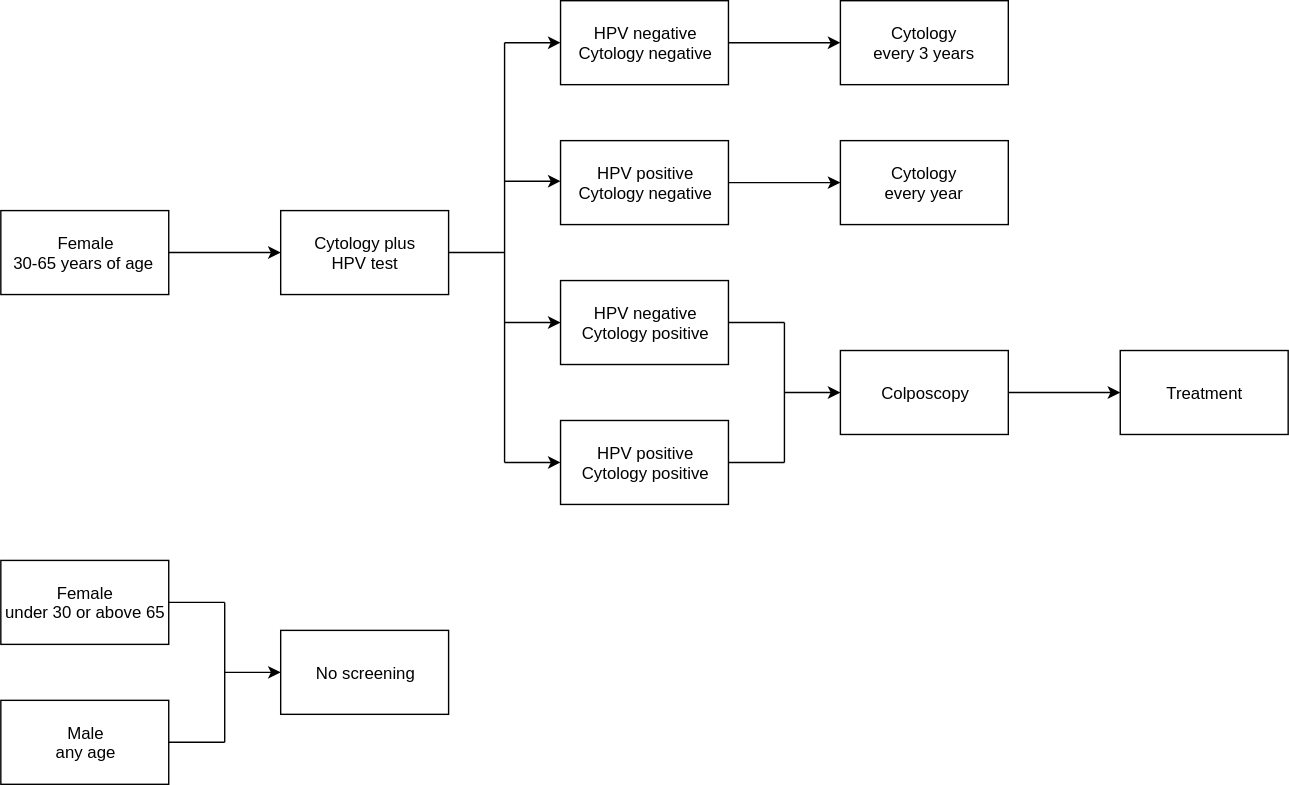
Above: docs/source/concept_models/vivarium_swissre_cervicalcancer/cervical_screening_branches.svg in ihmeuw/vivarium_research (draw.io), before the change. Source tidied: cells renumbered, new cells last; positions are measured from the earlier drawing's top-left corner, leaving out a move shared by most shapes. Its diagram source:
```xml
<mxGraphModel>
  <root>
    <mxCell id="0" />
    <mxCell id="1" parent="0" />
    <mxCell id="2" style="rounded=0;whiteSpace=wrap;html=1;" parent="1" vertex="1">
      <mxGeometry x="200" y="150" width="120" height="60" as="geometry" />
    </mxCell>
    <mxCell id="3" value="Cytology plus&lt;br&gt;HPV test" style="text;html=1;strokeColor=none;fillColor=none;align=center;verticalAlign=middle;whiteSpace=wrap;rounded=0;" parent="1" vertex="1">
      <mxGeometry x="205" y="170" width="110" height="20" as="geometry" />
    </mxCell>
    <mxCell id="4" style="edgeStyle=orthogonalEdgeStyle;rounded=0;jettySize=auto;html=1;exitX=1;exitY=0.5;exitDx=0;exitDy=0;entryX=0;entryY=0.5;entryDx=0;entryDy=0;" parent="1" edge="1" source="5" target="20">
      <mxGeometry relative="1" as="geometry" />
    </mxCell>
    <mxCell id="5" style="rounded=0;whiteSpace=wrap;html=1;" parent="1" vertex="1">
      <mxGeometry x="400" width="120" height="60" as="geometry" />
    </mxCell>
    <mxCell id="6" style="edgeStyle=orthogonalEdgeStyle;rounded=0;jettySize=auto;html=1;exitX=1;exitY=0.5;exitDx=0;exitDy=0;entryX=0;entryY=0.5;entryDx=0;entryDy=0;" parent="1" edge="1" source="7" target="22">
      <mxGeometry relative="1" as="geometry" />
    </mxCell>
    <mxCell id="7" style="rounded=0;whiteSpace=wrap;html=1;" parent="1" vertex="1">
      <mxGeometry x="400" y="100" width="120" height="60" as="geometry" />
    </mxCell>
    <mxCell id="8" style="rounded=0;whiteSpace=wrap;html=1;" parent="1" vertex="1">
      <mxGeometry x="400" y="200" width="120" height="60" as="geometry" />
    </mxCell>
    <mxCell id="9" style="rounded=0;whiteSpace=wrap;html=1;" parent="1" vertex="1">
      <mxGeometry x="400" y="300" width="120" height="60" as="geometry" />
    </mxCell>
    <mxCell id="10" value="HPV negative&lt;br&gt;Cytology negative" style="text;html=1;strokeColor=none;fillColor=none;align=center;verticalAlign=middle;whiteSpace=wrap;rounded=0;" parent="1" vertex="1">
      <mxGeometry x="410" y="20" width="100" height="20" as="geometry" />
    </mxCell>
    <mxCell id="11" value="HPV positive&lt;br&gt;Cytology negative" style="text;html=1;strokeColor=none;fillColor=none;align=center;verticalAlign=middle;whiteSpace=wrap;rounded=0;" parent="1" vertex="1">
      <mxGeometry x="410" y="120" width="100" height="20" as="geometry" />
    </mxCell>
    <mxCell id="12" value="HPV negative&lt;br&gt;Cytology positive" style="text;html=1;strokeColor=none;fillColor=none;align=center;verticalAlign=middle;whiteSpace=wrap;rounded=0;" parent="1" vertex="1">
      <mxGeometry x="407.5" y="220" width="105" height="20" as="geometry" />
    </mxCell>
    <mxCell id="13" value="HPV positive&lt;br&gt;Cytology positive" style="text;html=1;strokeColor=none;fillColor=none;align=center;verticalAlign=middle;whiteSpace=wrap;rounded=0;" parent="1" vertex="1">
      <mxGeometry x="405" y="320" width="110" height="20" as="geometry" />
    </mxCell>
    <mxCell id="14" style="endArrow=none;html=1;exitX=1;exitY=0.5;exitDx=0;exitDy=0;" parent="1" edge="1" source="2">
      <mxGeometry relative="1" as="geometry">
        <mxPoint x="360" y="180" as="targetPoint" />
      </mxGeometry>
    </mxCell>
    <mxCell id="15" style="endArrow=none;html=1;" parent="1" edge="1">
      <mxGeometry relative="1" as="geometry">
        <mxPoint x="360" y="330" as="sourcePoint" />
        <mxPoint x="360" y="30" as="targetPoint" />
      </mxGeometry>
    </mxCell>
    <mxCell id="16" style="endArrow=classic;html=1;entryX=0;entryY=0.5;entryDx=0;entryDy=0;" parent="1" edge="1" target="5">
      <mxGeometry relative="1" as="geometry">
        <mxPoint x="360" y="30" as="sourcePoint" />
      </mxGeometry>
    </mxCell>
    <mxCell id="17" style="endArrow=classic;html=1;entryX=0;entryY=0.5;entryDx=0;entryDy=0;" parent="1" edge="1">
      <mxGeometry relative="1" as="geometry">
        <mxPoint x="360" y="129" as="sourcePoint" />
        <mxPoint x="400" y="129" as="targetPoint" />
      </mxGeometry>
    </mxCell>
    <mxCell id="18" style="endArrow=classic;html=1;entryX=0;entryY=0.5;entryDx=0;entryDy=0;" parent="1" edge="1">
      <mxGeometry relative="1" as="geometry">
        <mxPoint x="360" y="230" as="sourcePoint" />
        <mxPoint x="400" y="230" as="targetPoint" />
      </mxGeometry>
    </mxCell>
    <mxCell id="19" style="endArrow=classic;html=1;entryX=0;entryY=0.5;entryDx=0;entryDy=0;" parent="1" edge="1">
      <mxGeometry relative="1" as="geometry">
        <mxPoint x="360" y="330" as="sourcePoint" />
        <mxPoint x="400" y="330" as="targetPoint" />
      </mxGeometry>
    </mxCell>
    <mxCell id="20" style="rounded=0;whiteSpace=wrap;html=1;" parent="1" vertex="1">
      <mxGeometry x="600" width="120" height="60" as="geometry" />
    </mxCell>
    <mxCell id="21" value="Cytology every 3 years" style="text;html=1;strokeColor=none;fillColor=none;align=center;verticalAlign=middle;whiteSpace=wrap;rounded=0;" parent="1" vertex="1">
      <mxGeometry x="620" y="20" width="80" height="20" as="geometry" />
    </mxCell>
    <mxCell id="22" style="rounded=0;whiteSpace=wrap;html=1;" parent="1" vertex="1">
      <mxGeometry x="600" y="100" width="120" height="60" as="geometry" />
    </mxCell>
    <mxCell id="23" style="edgeStyle=orthogonalEdgeStyle;rounded=0;jettySize=auto;html=1;exitX=1;exitY=0.5;exitDx=0;exitDy=0;entryX=0;entryY=0.5;entryDx=0;entryDy=0;" parent="1" edge="1" source="24" target="27">
      <mxGeometry relative="1" as="geometry" />
    </mxCell>
    <mxCell id="24" style="rounded=0;whiteSpace=wrap;html=1;" parent="1" vertex="1">
      <mxGeometry x="600" y="250" width="120" height="60" as="geometry" />
    </mxCell>
    <mxCell id="25" value="Colposcopy" style="text;html=1;strokeColor=none;fillColor=none;align=center;verticalAlign=middle;whiteSpace=wrap;rounded=0;" parent="1" vertex="1">
      <mxGeometry x="620" y="270" width="80" height="20" as="geometry" />
    </mxCell>
    <mxCell id="26" value="Cytology every year" style="text;html=1;strokeColor=none;fillColor=none;align=center;verticalAlign=middle;whiteSpace=wrap;rounded=0;" parent="1" vertex="1">
      <mxGeometry x="620" y="120" width="80" height="20" as="geometry" />
    </mxCell>
    <mxCell id="27" style="rounded=0;whiteSpace=wrap;html=1;" parent="1" vertex="1">
      <mxGeometry x="800" y="250" width="120" height="60" as="geometry" />
    </mxCell>
    <mxCell id="28" value="Treatment" style="text;html=1;strokeColor=none;fillColor=none;align=center;verticalAlign=middle;whiteSpace=wrap;rounded=0;" parent="1" vertex="1">
      <mxGeometry x="820" y="270" width="80" height="20" as="geometry" />
    </mxCell>
    <mxCell id="29" style="endArrow=none;html=1;" parent="1" edge="1">
      <mxGeometry relative="1" as="geometry">
        <mxPoint x="560" y="330" as="sourcePoint" />
        <mxPoint x="560" y="230" as="targetPoint" />
      </mxGeometry>
    </mxCell>
    <mxCell id="30" style="endArrow=classic;html=1;entryX=0;entryY=0.5;entryDx=0;entryDy=0;" parent="1" edge="1" target="24">
      <mxGeometry relative="1" as="geometry">
        <mxPoint x="560" y="280" as="sourcePoint" />
      </mxGeometry>
    </mxCell>
    <mxCell id="31" style="endArrow=none;html=1;exitX=1;exitY=0.5;exitDx=0;exitDy=0;" parent="1" edge="1" source="8">
      <mxGeometry relative="1" as="geometry">
        <mxPoint x="560" y="230" as="targetPoint" />
      </mxGeometry>
    </mxCell>
    <mxCell id="32" style="endArrow=none;html=1;exitX=1;exitY=0.5;exitDx=0;exitDy=0;" parent="1" edge="1" source="9">
      <mxGeometry relative="1" as="geometry">
        <mxPoint x="560" y="330" as="targetPoint" />
      </mxGeometry>
    </mxCell>
    <mxCell id="33" style="edgeStyle=orthogonalEdgeStyle;rounded=0;jettySize=auto;html=1;exitX=1;exitY=0.5;exitDx=0;exitDy=0;entryX=0;entryY=0.5;entryDx=0;entryDy=0;" parent="1" edge="1" source="34" target="2">
      <mxGeometry relative="1" as="geometry" />
    </mxCell>
    <mxCell id="34" style="rounded=0;whiteSpace=wrap;html=1;" parent="1" vertex="1">
      <mxGeometry y="150" width="120" height="60" as="geometry" />
    </mxCell>
    <mxCell id="35" value="Female&lt;br&gt;30-65 years of age&amp;nbsp;" style="text;html=1;strokeColor=none;fillColor=none;align=center;verticalAlign=middle;whiteSpace=wrap;rounded=0;" parent="1" vertex="1">
      <mxGeometry x="5" y="170" width="110" height="20" as="geometry" />
    </mxCell>
    <mxCell id="36" style="rounded=0;whiteSpace=wrap;html=1;" parent="1" vertex="1">
      <mxGeometry y="400" width="120" height="60" as="geometry" />
    </mxCell>
    <mxCell id="37" style="rounded=0;whiteSpace=wrap;html=1;" parent="1" vertex="1">
      <mxGeometry y="500" width="120" height="60" as="geometry" />
    </mxCell>
    <mxCell id="38" style="rounded=0;whiteSpace=wrap;html=1;" parent="1" vertex="1">
      <mxGeometry x="200" y="450" width="120" height="60" as="geometry" />
    </mxCell>
    <mxCell id="39" value="Female&lt;br&gt;under 30 or above 65" style="text;html=1;strokeColor=none;fillColor=none;align=center;verticalAlign=middle;whiteSpace=wrap;rounded=0;" parent="1" vertex="1">
      <mxGeometry y="420" width="120" height="20" as="geometry" />
    </mxCell>
    <mxCell id="40" value="Male&lt;br&gt;any age" style="text;html=1;strokeColor=none;fillColor=none;align=center;verticalAlign=middle;whiteSpace=wrap;rounded=0;" parent="1" vertex="1">
      <mxGeometry x="30" y="520" width="60" height="20" as="geometry" />
    </mxCell>
    <mxCell id="41" value="No screening" style="text;html=1;strokeColor=none;fillColor=none;align=center;verticalAlign=middle;whiteSpace=wrap;rounded=0;" parent="1" vertex="1">
      <mxGeometry x="215" y="470" width="90" height="20" as="geometry" />
    </mxCell>
    <mxCell id="42" style="endArrow=none;html=1;" parent="1" edge="1">
      <mxGeometry relative="1" as="geometry">
        <mxPoint x="160" y="530" as="sourcePoint" />
        <mxPoint x="160" y="430" as="targetPoint" />
      </mxGeometry>
    </mxCell>
    <mxCell id="43" style="endArrow=none;html=1;exitX=1;exitY=0.5;exitDx=0;exitDy=0;" parent="1" edge="1" source="39">
      <mxGeometry relative="1" as="geometry">
        <mxPoint x="160" y="430" as="targetPoint" />
      </mxGeometry>
    </mxCell>
    <mxCell id="44" style="endArrow=none;html=1;exitX=1;exitY=0.5;exitDx=0;exitDy=0;" parent="1" edge="1" source="37">
      <mxGeometry relative="1" as="geometry">
        <mxPoint x="160" y="530" as="targetPoint" />
      </mxGeometry>
    </mxCell>
    <mxCell id="45" style="endArrow=classic;html=1;entryX=0;entryY=0.5;entryDx=0;entryDy=0;" parent="1" edge="1" target="38">
      <mxGeometry relative="1" as="geometry">
        <mxPoint x="160" y="480" as="sourcePoint" />
      </mxGeometry>
    </mxCell>
  </root>
</mxGraphModel>
```
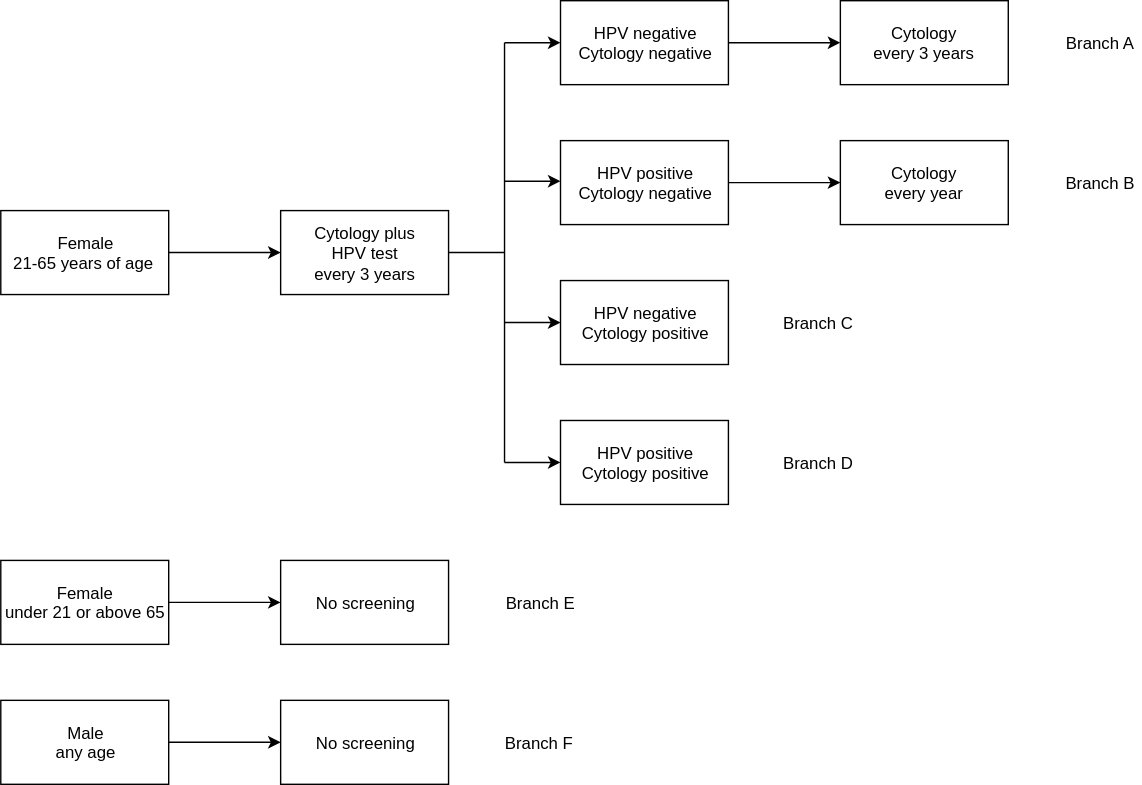
After the commit.

Commit message:
update the screening scenario and screening algorithm

What changed in the source:
```diff
@@ -5,8 +5,8 @@
     <mxCell id="2" style="rounded=0;whiteSpace=wrap;html=1;" parent="1" vertex="1">
       <mxGeometry x="200" y="150" width="120" height="60" as="geometry" />
     </mxCell>
-    <mxCell id="3" value="Cytology plus&lt;br&gt;HPV test" style="text;html=1;strokeColor=none;fillColor=none;align=center;verticalAlign=middle;whiteSpace=wrap;rounded=0;" parent="1" vertex="1">
-      <mxGeometry x="205" y="170" width="110" height="20" as="geometry" />
+    <mxCell id="3" value="Cytology plus HPV test&lt;br&gt;every 3 years" style="text;html=1;strokeColor=none;fillColor=none;align=center;verticalAlign=middle;whiteSpace=wrap;rounded=0;" parent="1" vertex="1">
+      <mxGeometry x="212.5" y="170" width="95" height="20" as="geometry" />
     </mxCell>
     <mxCell id="4" style="edgeStyle=orthogonalEdgeStyle;rounded=0;jettySize=auto;html=1;exitX=1;exitY=0.5;exitDx=0;exitDy=0;entryX=0;entryY=0.5;entryDx=0;entryDy=0;" parent="1" edge="1" source="5" target="20">
       <mxGeometry relative="1" as="geometry" />
@@ -81,92 +81,65 @@
     <mxCell id="22" style="rounded=0;whiteSpace=wrap;html=1;" parent="1" vertex="1">
       <mxGeometry x="600" y="100" width="120" height="60" as="geometry" />
     </mxCell>
-    <mxCell id="23" style="edgeStyle=orthogonalEdgeStyle;rounded=0;jettySize=auto;html=1;exitX=1;exitY=0.5;exitDx=0;exitDy=0;entryX=0;entryY=0.5;entryDx=0;entryDy=0;" parent="1" edge="1" source="24" target="27">
-      <mxGeometry relative="1" as="geometry" />
-    </mxCell>
-    <mxCell id="24" style="rounded=0;whiteSpace=wrap;html=1;" parent="1" vertex="1">
-      <mxGeometry x="600" y="250" width="120" height="60" as="geometry" />
-    </mxCell>
-    <mxCell id="25" value="Colposcopy" style="text;html=1;strokeColor=none;fillColor=none;align=center;verticalAlign=middle;whiteSpace=wrap;rounded=0;" parent="1" vertex="1">
-      <mxGeometry x="620" y="270" width="80" height="20" as="geometry" />
-    </mxCell>
     <mxCell id="26" value="Cytology every year" style="text;html=1;strokeColor=none;fillColor=none;align=center;verticalAlign=middle;whiteSpace=wrap;rounded=0;" parent="1" vertex="1">
       <mxGeometry x="620" y="120" width="80" height="20" as="geometry" />
     </mxCell>
-    <mxCell id="27" style="rounded=0;whiteSpace=wrap;html=1;" parent="1" vertex="1">
-      <mxGeometry x="800" y="250" width="120" height="60" as="geometry" />
-    </mxCell>
-    <mxCell id="28" value="Treatment" style="text;html=1;strokeColor=none;fillColor=none;align=center;verticalAlign=middle;whiteSpace=wrap;rounded=0;" parent="1" vertex="1">
-      <mxGeometry x="820" y="270" width="80" height="20" as="geometry" />
-    </mxCell>
-    <mxCell id="29" style="endArrow=none;html=1;" parent="1" edge="1">
-      <mxGeometry relative="1" as="geometry">
-        <mxPoint x="560" y="330" as="sourcePoint" />
-        <mxPoint x="560" y="230" as="targetPoint" />
-      </mxGeometry>
-    </mxCell>
-    <mxCell id="30" style="endArrow=classic;html=1;entryX=0;entryY=0.5;entryDx=0;entryDy=0;" parent="1" edge="1" target="24">
-      <mxGeometry relative="1" as="geometry">
-        <mxPoint x="560" y="280" as="sourcePoint" />
-      </mxGeometry>
-    </mxCell>
-    <mxCell id="31" style="endArrow=none;html=1;exitX=1;exitY=0.5;exitDx=0;exitDy=0;" parent="1" edge="1" source="8">
-      <mxGeometry relative="1" as="geometry">
-        <mxPoint x="560" y="230" as="targetPoint" />
-      </mxGeometry>
-    </mxCell>
-    <mxCell id="32" style="endArrow=none;html=1;exitX=1;exitY=0.5;exitDx=0;exitDy=0;" parent="1" edge="1" source="9">
-      <mxGeometry relative="1" as="geometry">
-        <mxPoint x="560" y="330" as="targetPoint" />
-      </mxGeometry>
-    </mxCell>
     <mxCell id="33" style="edgeStyle=orthogonalEdgeStyle;rounded=0;jettySize=auto;html=1;exitX=1;exitY=0.5;exitDx=0;exitDy=0;entryX=0;entryY=0.5;entryDx=0;entryDy=0;" parent="1" edge="1" source="34" target="2">
       <mxGeometry relative="1" as="geometry" />
     </mxCell>
     <mxCell id="34" style="rounded=0;whiteSpace=wrap;html=1;" parent="1" vertex="1">
       <mxGeometry y="150" width="120" height="60" as="geometry" />
     </mxCell>
-    <mxCell id="35" value="Female&lt;br&gt;30-65 years of age&amp;nbsp;" style="text;html=1;strokeColor=none;fillColor=none;align=center;verticalAlign=middle;whiteSpace=wrap;rounded=0;" parent="1" vertex="1">
+    <mxCell id="35" value="Female &lt;br&gt;21-65 years of age&amp;nbsp;" style="text;html=1;strokeColor=none;fillColor=none;align=center;verticalAlign=middle;whiteSpace=wrap;rounded=0;" parent="1" vertex="1">
       <mxGeometry x="5" y="170" width="110" height="20" as="geometry" />
     </mxCell>
+    <mxCell id="46" style="edgeStyle=orthogonalEdgeStyle;rounded=0;jettySize=auto;html=1;entryX=0;entryY=0.5;entryDx=0;entryDy=0;" parent="1" edge="1" source="36" target="38">
+      <mxGeometry relative="1" as="geometry" />
+    </mxCell>
     <mxCell id="36" style="rounded=0;whiteSpace=wrap;html=1;" parent="1" vertex="1">
       <mxGeometry y="400" width="120" height="60" as="geometry" />
     </mxCell>
+    <mxCell id="47" style="edgeStyle=orthogonalEdgeStyle;rounded=0;jettySize=auto;html=1;exitX=1;exitY=0.5;exitDx=0;exitDy=0;entryX=0;entryY=0.5;entryDx=0;entryDy=0;" parent="1" edge="1" source="37" target="48">
+      <mxGeometry relative="1" as="geometry" />
+    </mxCell>
     <mxCell id="37" style="rounded=0;whiteSpace=wrap;html=1;" parent="1" vertex="1">
       <mxGeometry y="500" width="120" height="60" as="geometry" />
     </mxCell>
     <mxCell id="38" style="rounded=0;whiteSpace=wrap;html=1;" parent="1" vertex="1">
-      <mxGeometry x="200" y="450" width="120" height="60" as="geometry" />
+      <mxGeometry x="200" y="400" width="120" height="60" as="geometry" />
     </mxCell>
-    <mxCell id="39" value="Female&lt;br&gt;under 30 or above 65" style="text;html=1;strokeColor=none;fillColor=none;align=center;verticalAlign=middle;whiteSpace=wrap;rounded=0;" parent="1" vertex="1">
+    <mxCell id="39" value="Female&lt;br&gt;under 21 or above 65" style="text;html=1;strokeColor=none;fillColor=none;align=center;verticalAlign=middle;whiteSpace=wrap;rounded=0;" parent="1" vertex="1">
       <mxGeometry y="420" width="120" height="20" as="geometry" />
     </mxCell>
     <mxCell id="40" value="Male&lt;br&gt;any age" style="text;html=1;strokeColor=none;fillColor=none;align=center;verticalAlign=middle;whiteSpace=wrap;rounded=0;" parent="1" vertex="1">
       <mxGeometry x="30" y="520" width="60" height="20" as="geometry" />
     </mxCell>
     <mxCell id="41" value="No screening" style="text;html=1;strokeColor=none;fillColor=none;align=center;verticalAlign=middle;whiteSpace=wrap;rounded=0;" parent="1" vertex="1">
-      <mxGeometry x="215" y="470" width="90" height="20" as="geometry" />
+      <mxGeometry x="215" y="420" width="90" height="20" as="geometry" />
     </mxCell>
-    <mxCell id="42" style="endArrow=none;html=1;" parent="1" edge="1">
-      <mxGeometry relative="1" as="geometry">
-        <mxPoint x="160" y="530" as="sourcePoint" />
-        <mxPoint x="160" y="430" as="targetPoint" />
-      </mxGeometry>
-    </mxCell>
-    <mxCell id="43" style="endArrow=none;html=1;exitX=1;exitY=0.5;exitDx=0;exitDy=0;" parent="1" edge="1" source="39">
-      <mxGeometry relative="1" as="geometry">
-        <mxPoint x="160" y="430" as="targetPoint" />
-      </mxGeometry>
-    </mxCell>
-    <mxCell id="44" style="endArrow=none;html=1;exitX=1;exitY=0.5;exitDx=0;exitDy=0;" parent="1" edge="1" source="37">
-      <mxGeometry relative="1" as="geometry">
-        <mxPoint x="160" y="530" as="targetPoint" />
-      </mxGeometry>
-    </mxCell>
-    <mxCell id="45" style="endArrow=classic;html=1;entryX=0;entryY=0.5;entryDx=0;entryDy=0;" parent="1" edge="1" target="38">
-      <mxGeometry relative="1" as="geometry">
-        <mxPoint x="160" y="480" as="sourcePoint" />
-      </mxGeometry>
-    </mxCell>
+    <mxCell id="48" style="rounded=0;whiteSpace=wrap;html=1;" parent="1" vertex="1">
+      <mxGeometry x="200" y="500" width="120" height="60" as="geometry" />
+    </mxCell>
+    <mxCell id="49" value="No screening" style="text;html=1;strokeColor=none;fillColor=none;align=center;verticalAlign=middle;whiteSpace=wrap;rounded=0;" parent="1" vertex="1">
+      <mxGeometry x="215" y="520" width="90" height="20" as="geometry" />
+    </mxCell>
+    <mxCell id="50" value="Branch E" style="text;html=1;strokeColor=none;fillColor=none;align=center;verticalAlign=middle;whiteSpace=wrap;rounded=0;" parent="1" vertex="1">
+      <mxGeometry x="355" y="420" width="60" height="20" as="geometry" />
+    </mxCell>
+    <mxCell id="51" value="Branch F" style="text;html=1;strokeColor=none;fillColor=none;align=center;verticalAlign=middle;whiteSpace=wrap;rounded=0;" parent="1" vertex="1">
+      <mxGeometry x="354" y="520" width="60" height="20" as="geometry" />
+    </mxCell>
+    <mxCell id="52" value="Branch A" style="text;html=1;strokeColor=none;fillColor=none;align=center;verticalAlign=middle;whiteSpace=wrap;rounded=0;" parent="1" vertex="1">
+      <mxGeometry x="755" y="20" width="60" height="20" as="geometry" />
+    </mxCell>
+    <mxCell id="53" value="Branch B" style="text;html=1;strokeColor=none;fillColor=none;align=center;verticalAlign=middle;whiteSpace=wrap;rounded=0;" parent="1" vertex="1">
+      <mxGeometry x="755" y="120" width="60" height="20" as="geometry" />
+    </mxCell>
+    <mxCell id="54" value="Branch C" style="text;html=1;strokeColor=none;fillColor=none;align=center;verticalAlign=middle;whiteSpace=wrap;rounded=0;" parent="1" vertex="1">
+      <mxGeometry x="554" y="220" width="60" height="20" as="geometry" />
+    </mxCell>
+    <mxCell id="55" value="Branch D" style="text;html=1;strokeColor=none;fillColor=none;align=center;verticalAlign=middle;whiteSpace=wrap;rounded=0;" parent="1" vertex="1">
+      <mxGeometry x="554" y="320" width="60" height="20" as="geometry" />
+    </mxCell>
   </root>
 </mxGraphModel>
```
